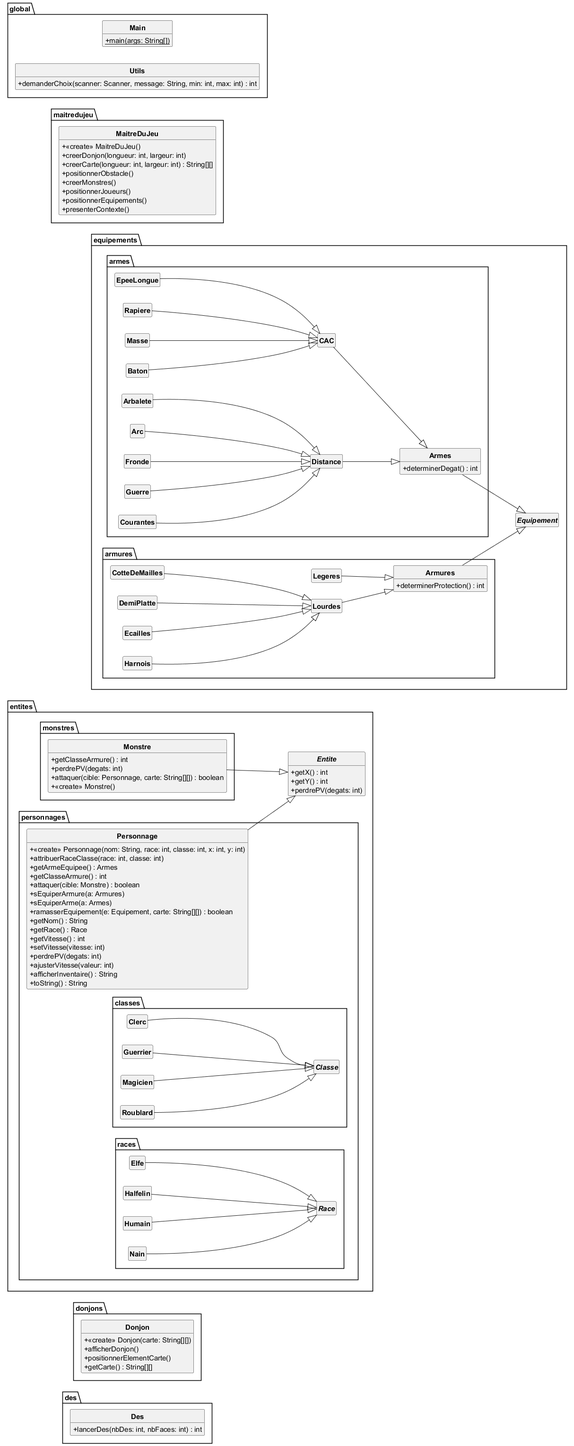
This is uml/semaine1.png from raphaelroche/Donjons-and-Dragons, a PlantUML export, as it was before one commit.
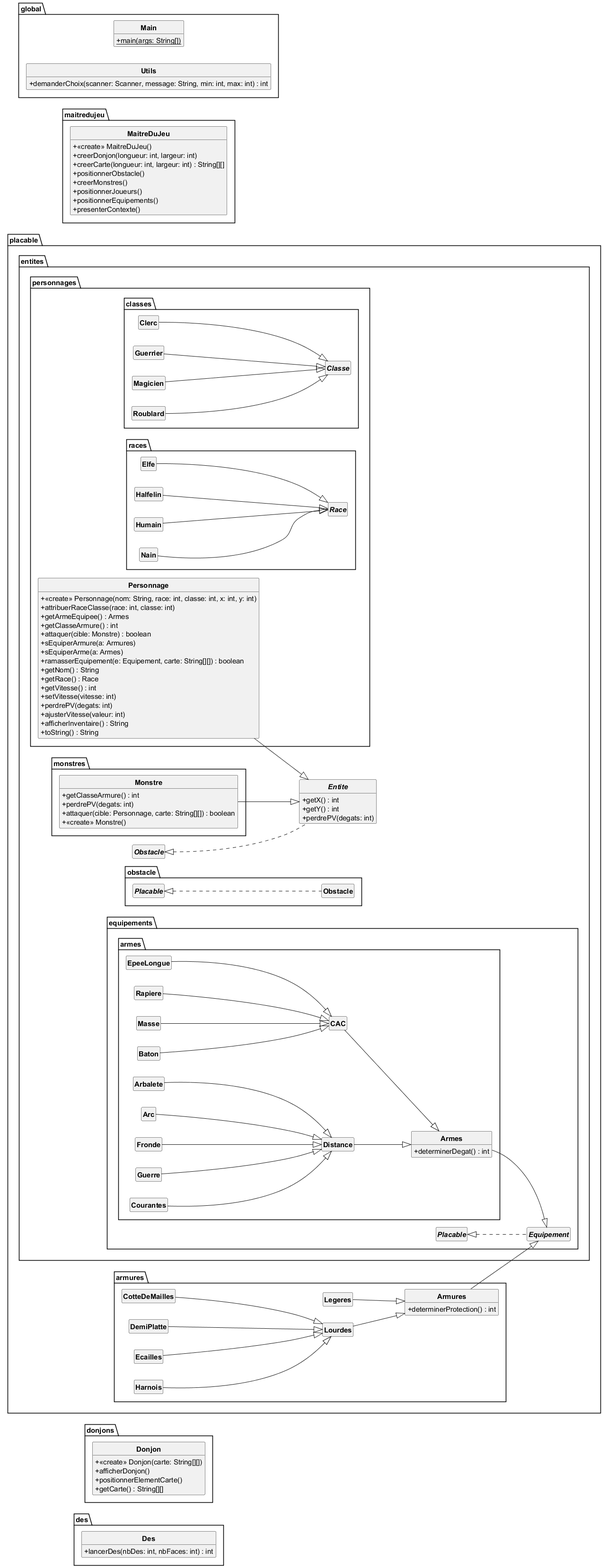
After the change.

Commit message:
correction de l'uml

The edit, as a diff of the source:
```diff
@@ -22,106 +22,113 @@
     }
 }
 
-package entites {
-    abstract class Entite {
-        + getX() : int
-        + getY() : int
-        + perdrePV(degats: int)
+package placable {
+    package entites {
+        abstract class Entite implements Obstacle {
+            + getX() : int
+            + getY() : int
+            + perdrePV(degats: int)
+        }
+
+        package monstres {
+            class Monstre {
+                + getClasseArmure() : int
+                + perdrePV(degats: int)
+                + attaquer(cible: Personnage, carte: String[][]) : boolean
+                + <<create>> Monstre()
+            }
+            Monstre --|> Entite
+        }
+
+        package personnages {
+            class Personnage {
+                + <<create>> Personnage(nom: String, race: int, classe: int, x: int, y: int)
+                + attribuerRaceClasse(race: int, classe: int)
+                + getArmeEquipee() : Armes
+                + getClasseArmure() : int
+                + attaquer(cible: Monstre) : boolean
+                + sEquiperArmure(a: Armures)
+                + sEquiperArme(a: Armes)
+                + ramasserEquipement(e: Equipement, carte: String[][]) : boolean
+                + getNom() : String
+                + getRace() : Race
+                + getVitesse() : int
+                + setVitesse(vitesse: int)
+                + perdrePV(degats: int)
+                + ajusterVitesse(valeur: int)
+                + afficherInventaire() : String
+                + toString() : String
+            }
+            Personnage --|> Entite
+
+            package classes {
+                abstract class Classe
+                class Clerc
+                class Guerrier
+                class Magicien
+                class Roublard
+
+                Clerc --|> Classe
+                Guerrier --|> Classe
+                Magicien --|> Classe
+                Roublard --|> Classe
+            }
+
+            package races {
+                abstract class Race
+                class Elfe
+                class Halfelin
+                class Humain
+                class Nain
+
+                Elfe --|> Race
+                Halfelin --|> Race
+                Humain --|> Race
+                Nain --|> Race
+            }
+        }
+        package obstacle {
+            Class Obstacle implements Placable
+        }
+
+        package equipements {
+                abstract class Equipement implements Placable
+
+                package armes {
+                    class Armes {
+                        + determinerDegat() : int
+                    }
+                    Armes --|> Equipement
+
+                    class CAC
+                    class Distance
+                    CAC --|> Armes
+                    Distance --|> Armes
+
+                    class EpeeLongue
+                    class Rapiere
+                    class Masse
+                    class Baton
+                    class Arbalete
+                    class Arc
+                    class Fronde
+                    class Guerre
+                    class Courantes
+
+                    EpeeLongue --|> CAC
+                    Rapiere --|> CAC
+                    Masse --|> CAC
+                    Baton --|> CAC
+
+                    Arbalete --|> Distance
+                    Arc --|> Distance
+                    Fronde --|> Distance
+                    Guerre --|> Distance
+                    Courantes --|> Distance
+                }
     }
 
-    package monstres {
-        class Monstre {
-            + getClasseArmure() : int
-            + perdrePV(degats: int)
-            + attaquer(cible: Personnage, carte: String[][]) : boolean
-            + <<create>> Monstre()
-        }
-        Monstre --|> Entite
-    }
 
-    package personnages {
-        class Personnage {
-            + <<create>> Personnage(nom: String, race: int, classe: int, x: int, y: int)
-            + attribuerRaceClasse(race: int, classe: int)
-            + getArmeEquipee() : Armes
-            + getClasseArmure() : int
-            + attaquer(cible: Monstre) : boolean
-            + sEquiperArmure(a: Armures)
-            + sEquiperArme(a: Armes)
-            + ramasserEquipement(e: Equipement, carte: String[][]) : boolean
-            + getNom() : String
-            + getRace() : Race
-            + getVitesse() : int
-            + setVitesse(vitesse: int)
-            + perdrePV(degats: int)
-            + ajusterVitesse(valeur: int)
-            + afficherInventaire() : String
-            + toString() : String
-        }
-        Personnage --|> Entite
-
-        package classes {
-            abstract class Classe
-            class Clerc
-            class Guerrier
-            class Magicien
-            class Roublard
-
-            Clerc --|> Classe
-            Guerrier --|> Classe
-            Magicien --|> Classe
-            Roublard --|> Classe
-        }
-
-        package races {
-            abstract class Race
-            class Elfe
-            class Halfelin
-            class Humain
-            class Nain
-
-            Elfe --|> Race
-            Halfelin --|> Race
-            Humain --|> Race
-            Nain --|> Race
-        }
-    }
-}
-
-package equipements {
-    abstract class Equipement
-
-    package armes {
-        class Armes {
-            + determinerDegat() : int
-        }
-        Armes --|> Equipement
-
-        class CAC
-        class Distance
-        CAC --|> Armes
-        Distance --|> Armes
-
-        class EpeeLongue
-        class Rapiere
-        class Masse
-        class Baton
-        class Arbalete
-        class Arc
-        class Fronde
-        class Guerre
-        class Courantes
-
-        EpeeLongue --|> CAC
-        Rapiere --|> CAC
-        Masse --|> CAC
-        Baton --|> CAC
-
-        Arbalete --|> Distance
-        Arc --|> Distance
-        Fronde --|> Distance
-        Guerre --|> Distance
-        Courantes --|> Distance
     }
 
     package armures {
```
